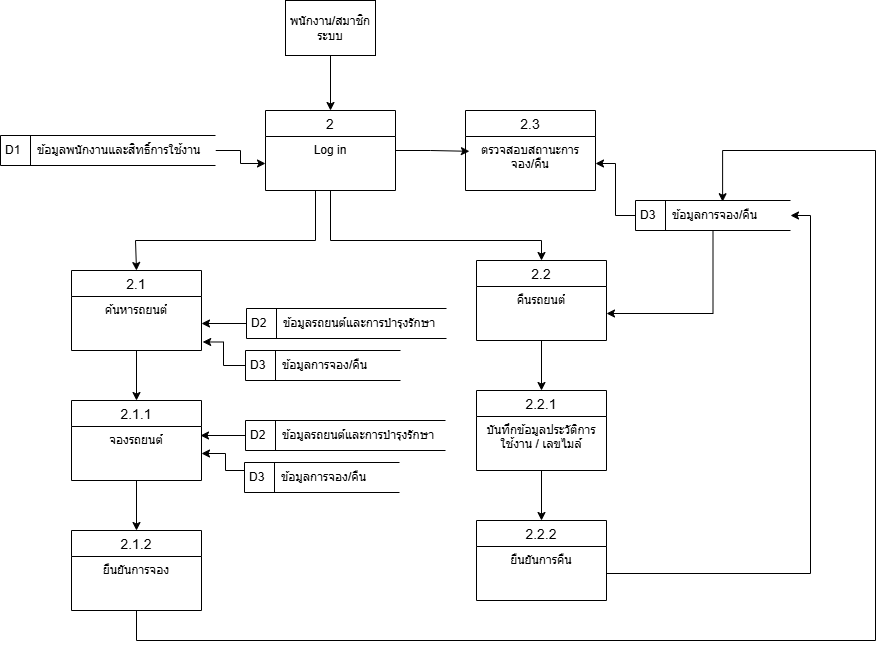
Earlier version of the draw.io export docs/DFDL2_2.drawio.png (Anurak-Creator/ANURAK-HOMELAB). Source tidied: cells renumbered, new cells last; positions are measured from the earlier drawing's top-left corner, leaving out a move shared by most shapes.
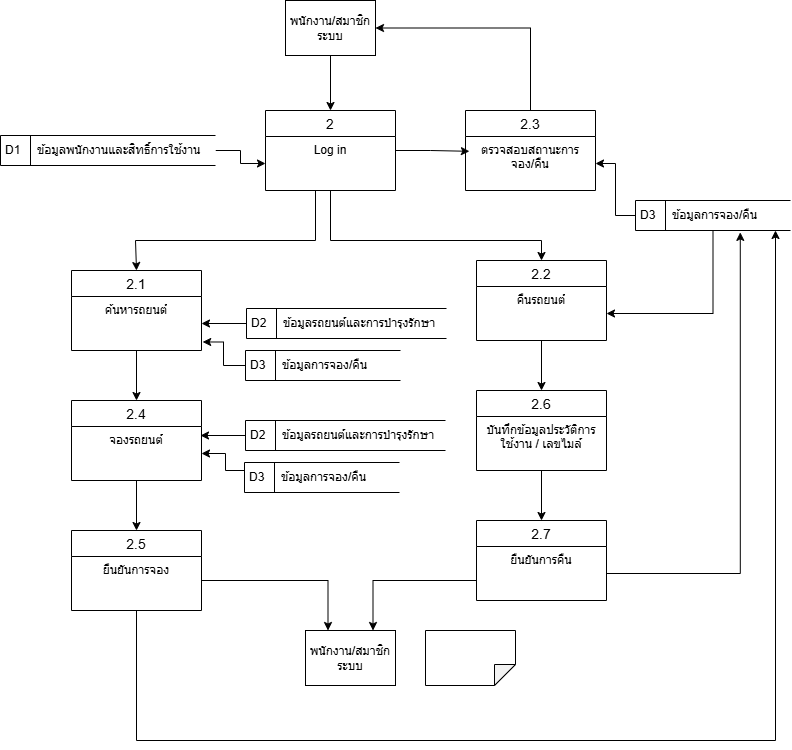
The same file after the commit.

Diff of the diagram source:
```diff
@@ -45,13 +45,13 @@
     <mxCell id="12" style="edgeStyle=orthogonalEdgeStyle;rounded=0;jettySize=auto;html=1;entryX=0.5;entryY=0;entryDx=0;entryDy=0;defaultLabelBackgroundColor=page;labelPadding=0 4;" parent="1" edge="1" source="13" target="15">
       <mxGeometry relative="1" as="geometry" />
     </mxCell>
-    <mxCell id="13" value="2.1.1" style="swimlane;fontStyle=0;horizontal=1;startSize=26;align=center;fontSize=14;labelBackgroundColor=none;" parent="1" vertex="1">
+    <mxCell id="13" value="2.4" style="swimlane;fontStyle=0;horizontal=1;startSize=26;align=center;fontSize=14;labelBackgroundColor=none;" parent="1" vertex="1">
       <mxGeometry x="71" y="400" width="130" height="80" as="geometry" />
     </mxCell>
     <mxCell id="14" value="จองรถยนต์" style="text;spacingLeft=4;spacingRight=4;overflow=hidden;fontSize=12;whiteSpace=wrap;html=1;labelBackgroundColor=none;align=center;" parent="13" vertex="1">
       <mxGeometry y="26" width="130" height="54" as="geometry" />
     </mxCell>
-    <mxCell id="15" value="2.1.2" style="swimlane;fontStyle=0;horizontal=1;startSize=26;align=center;fontSize=14;labelBackgroundColor=none;" parent="1" vertex="1">
+    <mxCell id="15" value="2.5" style="swimlane;fontStyle=0;horizontal=1;startSize=26;align=center;fontSize=14;labelBackgroundColor=none;" parent="1" vertex="1">
       <mxGeometry x="71" y="530" width="130" height="80" as="geometry" />
     </mxCell>
     <mxCell id="16" value="ยืนยันการจอง" style="text;spacingLeft=4;spacingRight=4;overflow=hidden;points=[[0,0.5],[1,0.5]];portConstraint=eastwest;fontSize=12;whiteSpace=wrap;html=1;labelBackgroundColor=none;align=center;" parent="15" vertex="1">
@@ -60,18 +60,25 @@
     <mxCell id="17" style="edgeStyle=orthogonalEdgeStyle;rounded=0;jettySize=auto;html=1;entryX=0.5;entryY=0;entryDx=0;entryDy=0;defaultLabelBackgroundColor=page;labelPadding=0 4;" parent="1" edge="1" source="18" target="20">
       <mxGeometry relative="1" as="geometry" />
     </mxCell>
-    <mxCell id="18" value="2.2.1" style="swimlane;fontStyle=0;horizontal=1;startSize=26;align=center;fontSize=14;labelBackgroundColor=none;" parent="1" vertex="1">
+    <mxCell id="18" value="2.6" style="swimlane;fontStyle=0;horizontal=1;startSize=26;align=center;fontSize=14;labelBackgroundColor=none;" parent="1" vertex="1">
       <mxGeometry x="476" y="390" width="130" height="80" as="geometry" />
     </mxCell>
     <mxCell id="19" value="บันทึกข้อมูลประวัติการใช้งาน / เลขไมล์" style="text;spacingLeft=4;spacingRight=4;overflow=hidden;fontSize=12;whiteSpace=wrap;html=1;labelBackgroundColor=none;align=center;" parent="18" vertex="1">
       <mxGeometry y="26" width="130" height="54" as="geometry" />
     </mxCell>
-    <mxCell id="20" value="2.2.2" style="swimlane;fontStyle=0;horizontal=1;startSize=26;align=center;fontSize=14;labelBackgroundColor=none;" parent="1" vertex="1">
+    <mxCell id="20" value="2.7" style="swimlane;fontStyle=0;horizontal=1;startSize=26;align=center;fontSize=14;labelBackgroundColor=none;" parent="1" vertex="1">
       <mxGeometry x="476" y="520" width="130" height="80" as="geometry" />
     </mxCell>
     <mxCell id="21" value="ยืนยันการคืน" style="text;spacingLeft=4;spacingRight=4;overflow=hidden;points=[[0,0.5],[1,0.5]];portConstraint=eastwest;fontSize=12;whiteSpace=wrap;html=1;labelBackgroundColor=none;align=center;" parent="20" vertex="1">
       <mxGeometry y="26" width="130" height="54" as="geometry" />
     </mxCell>
+    <mxCell id="42" style="edgeStyle=orthogonalEdgeStyle;rounded=0;jettySize=auto;html=1;entryX=1;entryY=0.5;entryDx=0;entryDy=0;defaultLabelBackgroundColor=page;labelPadding=0 4;" parent="1" edge="1" source="22" target="31">
+      <mxGeometry relative="1" as="geometry">
+        <Array as="points">
+          <mxPoint x="530" y="27.5" />
+        </Array>
+      </mxGeometry>
+    </mxCell>
     <mxCell id="22" value="2.3" style="swimlane;fontStyle=0;horizontal=1;startSize=26;align=center;fontSize=14;labelBackgroundColor=none;" parent="1" vertex="1">
       <mxGeometry x="465" y="110" width="130" height="80" as="geometry" />
     </mxCell>
@@ -114,16 +121,15 @@
     <mxCell id="35" style="edgeStyle=orthogonalEdgeStyle;rounded=0;jettySize=auto;html=1;entryX=1.009;entryY=0.842;entryDx=0;entryDy=0;entryPerimeter=0;defaultLabelBackgroundColor=page;labelPadding=0 4;" parent="1" edge="1" source="34" target="11">
       <mxGeometry x="0.09" relative="1" as="geometry" />
     </mxCell>
-    <mxCell id="36" style="edgeStyle=orthogonalEdgeStyle;rounded=0;jettySize=auto;html=1;entryX=1;entryY=0.5;entryDx=0;entryDy=0;defaultLabelBackgroundColor=page;labelPadding=0 4;" parent="1" edge="1" source="21" target="29">
+    <mxCell id="36" style="edgeStyle=orthogonalEdgeStyle;rounded=0;jettySize=auto;html=1;entryX=0.676;entryY=1.063;entryDx=0;entryDy=0;defaultLabelBackgroundColor=page;labelPadding=0 4;entryPerimeter=0;" parent="1" edge="1" source="21" target="29">
       <mxGeometry relative="1" as="geometry" />
     </mxCell>
-    <mxCell id="37" style="edgeStyle=orthogonalEdgeStyle;rounded=0;jettySize=auto;html=1;entryX=0.562;entryY=0.041;entryDx=0;entryDy=0;entryPerimeter=0;defaultLabelBackgroundColor=page;labelPadding=0 4;" parent="1" edge="1" source="16" target="29">
-      <mxGeometry x="-0.31" relative="1" as="geometry">
+    <mxCell id="37" style="edgeStyle=orthogonalEdgeStyle;rounded=0;jettySize=auto;html=1;defaultLabelBackgroundColor=page;labelPadding=0 4;" parent="1" edge="1" source="16">
+      <mxGeometry x="-0.06" relative="1" as="geometry">
+        <mxPoint x="775" y="230" as="targetPoint" />
         <Array as="points">
-          <mxPoint x="136" y="640" />
-          <mxPoint x="875" y="640" />
-          <mxPoint x="875" y="150" />
-          <mxPoint x="722.1" y="150" />
+          <mxPoint x="136" y="740" />
+          <mxPoint x="775" y="740" />
         </Array>
       </mxGeometry>
     </mxCell>
@@ -147,5 +153,25 @@
         </Array>
       </mxGeometry>
     </mxCell>
+    <mxCell id="43" value="พนักงาน/สมาชิกระบบ" style="html=1;dashed=0;whiteSpace=wrap;labelBackgroundColor=none;" parent="1" vertex="1">
+      <mxGeometry x="305" y="630" width="90" height="55" as="geometry" />
+    </mxCell>
+    <mxCell id="44" style="edgeStyle=orthogonalEdgeStyle;rounded=0;jettySize=auto;html=1;entryX=0.75;entryY=0;entryDx=0;entryDy=0;defaultLabelBackgroundColor=page;labelPadding=0 4;" parent="1" edge="1" source="21" target="43">
+      <mxGeometry x="0.15" relative="1" as="geometry">
+        <Array as="points">
+          <mxPoint x="372.5" y="580" />
+        </Array>
+      </mxGeometry>
+    </mxCell>
+    <mxCell id="45" style="edgeStyle=orthogonalEdgeStyle;rounded=0;jettySize=auto;html=1;entryX=0.25;entryY=0;entryDx=0;entryDy=0;defaultLabelBackgroundColor=page;labelPadding=0 4;" parent="1" edge="1" source="16" target="43">
+      <mxGeometry relative="1" as="geometry">
+        <Array as="points">
+          <mxPoint x="327.5" y="580" />
+        </Array>
+      </mxGeometry>
+    </mxCell>
+    <mxCell id="46" style="shape=note;whiteSpace=wrap;html=1;backgroundOutline=1;darkOpacity=0.05;rotation=90;size=21;" parent="1" vertex="1">
+      <mxGeometry x="442.5" y="612.5" width="55" height="90" as="geometry" />
+    </mxCell>
   </root>
 </mxGraphModel>
```
